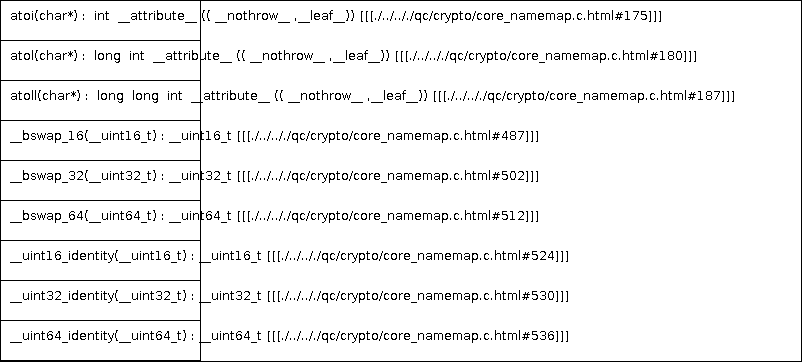
This is docs/qc/crypto/core_namemap.c.png from qualitesys/openssl, a PlantUML export, as it was before one commit. Its source is kept beside it as docs/qc/crypto/core_namemap.c.puml.
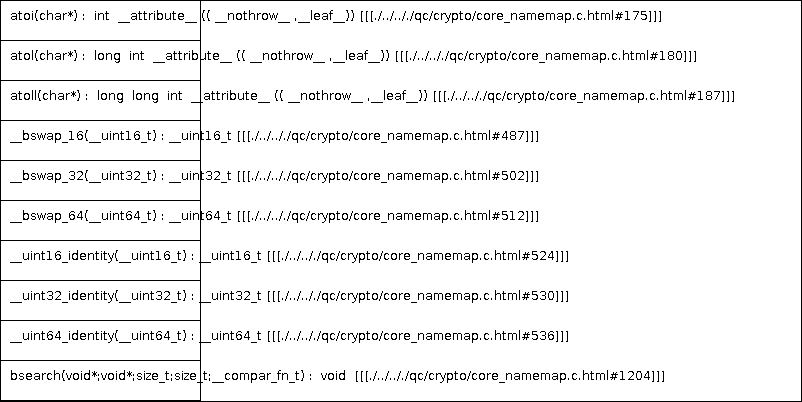
Later version of the same file.

Diff of the diagram source:
```diff
@@ -10,5 +10,6 @@
 __uint16_identity(__uint16_t) : __uint16_t [[[./../.././qc/crypto/core_namemap.c.html#524]]]
 __uint32_identity(__uint32_t) : __uint32_t [[[./../.././qc/crypto/core_namemap.c.html#530]]]
 __uint64_identity(__uint64_t) : __uint64_t [[[./../.././qc/crypto/core_namemap.c.html#536]]]
+bsearch(void*;void*;size_t;size_t;__compar_fn_t) :  void  [[[./../.././qc/crypto/core_namemap.c.html#1204]]]
 }
 @enduml
```
